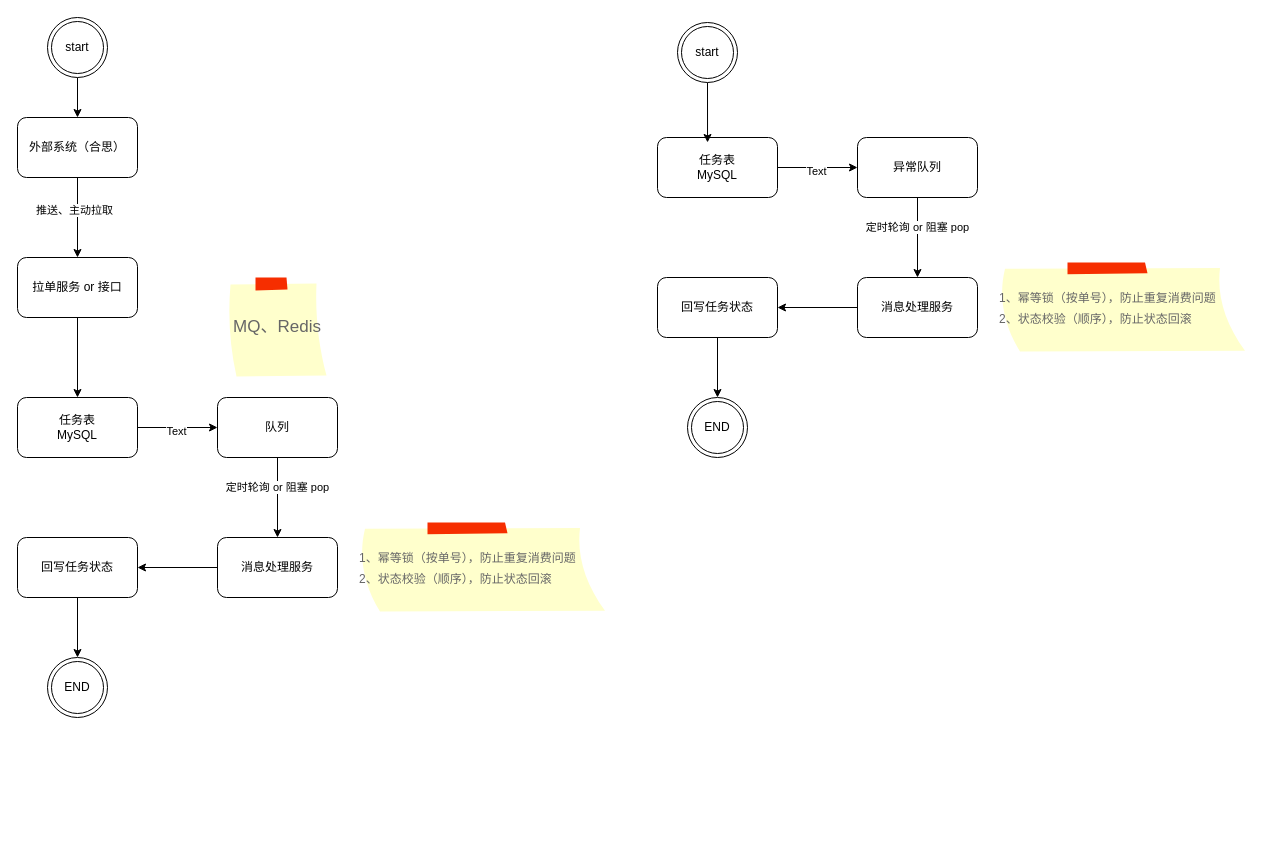
Above: 拉状态.drawio in unclequentin/diagrams (draw.io), before the change. Source tidied: cells renumbered, new cells numbered last; positions are measured from the earlier drawing's top-left corner, leaving out a move shared by most shapes. Both pictures are drawn from the tidied source at 100%, with x=0, y=0 at pixel (17, 17).
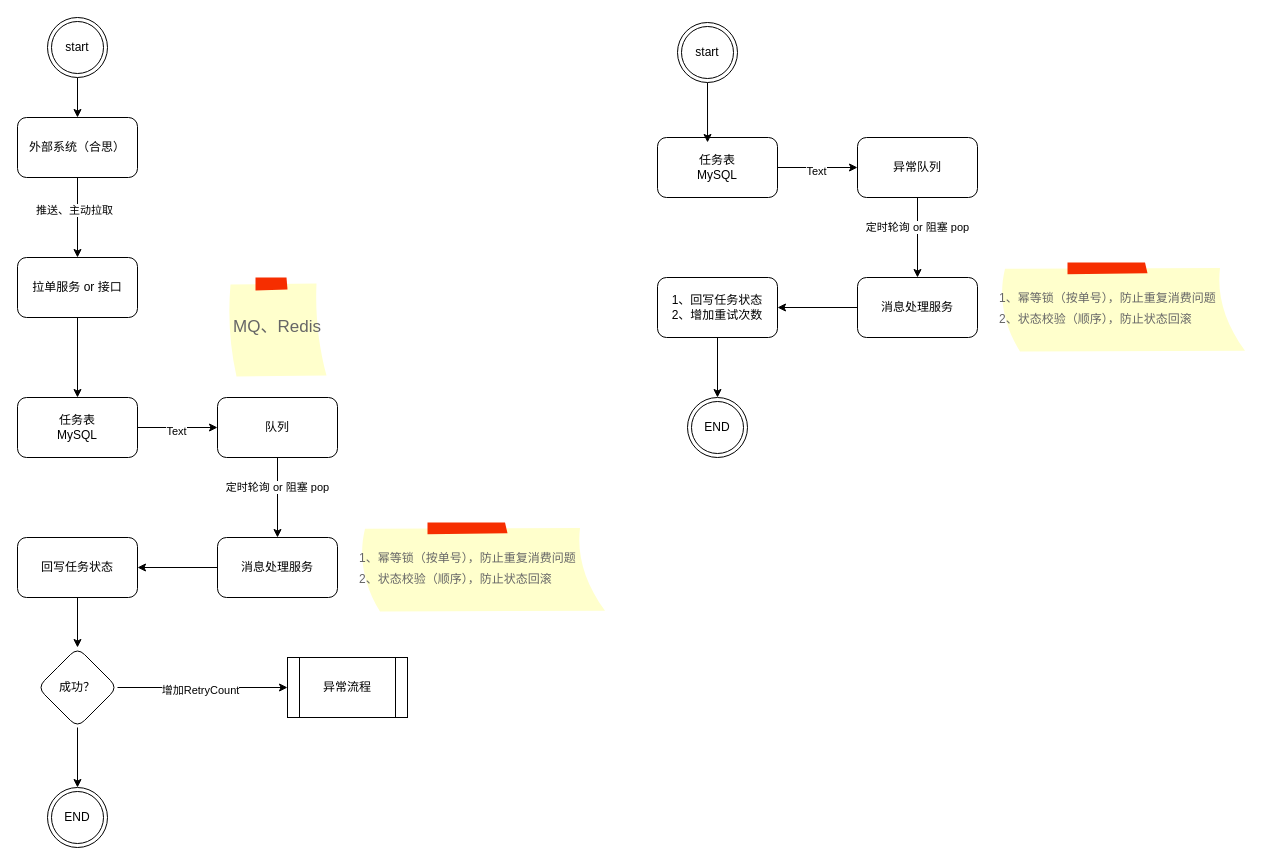
The same diagram, later.

Commit message (it also covers changes not shown here):
更新拉状态.drawio

Unchanged cells that the change refers to:
```xml
<mxCell id="18" value="回写任务状态" style="whiteSpace=wrap;html=1;rounded=1;" parent="1" vertex="1">
  <mxGeometry y="520" width="120" height="60" as="geometry" />
</mxCell>
```

Diff of the diagram source:
```diff
@@
-    <mxCell id="17" style="edgeStyle=orthogonalEdgeStyle;rounded=0;jettySize=auto;html=1;exitX=0.5;exitY=1;exitDx=0;exitDy=0;entryX=0.5;entryY=0;entryDx=0;entryDy=0;" parent="1" edge="1" source="18" target="19">
-      <mxGeometry relative="1" as="geometry" />
-    </mxCell>
+    <mxCell id="36" style="edgeStyle=orthogonalEdgeStyle;rounded=0;jettySize=auto;html=1;" parent="1" edge="1" source="18" target="40">
+      <mxGeometry relative="1" as="geometry" />
+    </mxCell>
@@
     <mxCell id="19" value="END" style="ellipse;shape=doubleEllipse;html=1;dashed=0;whiteSpace=wrap;" parent="1" vertex="1">
-      <mxGeometry x="30" y="640" width="60" height="60" as="geometry" />
+      <mxGeometry x="30" y="770" width="60" height="60" as="geometry" />
     </mxCell>
@@
-    <mxCell id="32" value="回写任务状态" style="whiteSpace=wrap;html=1;rounded=1;" parent="1" vertex="1">
+    <mxCell id="32" value="1、回写任务状态&lt;div&gt;2、增加重试次数&lt;/div&gt;" style="whiteSpace=wrap;html=1;rounded=1;" parent="1" vertex="1">
       <mxGeometry x="640" y="260" width="120" height="60" as="geometry" />
     </mxCell>
@@
+    <mxCell id="37" style="edgeStyle=orthogonalEdgeStyle;rounded=0;jettySize=auto;html=1;exitX=0.5;exitY=1;exitDx=0;exitDy=0;entryX=0.5;entryY=0;entryDx=0;entryDy=0;" parent="1" edge="1" source="40" target="19">
+      <mxGeometry relative="1" as="geometry" />
+    </mxCell>
+    <mxCell id="38" style="edgeStyle=orthogonalEdgeStyle;rounded=0;jettySize=auto;html=1;exitX=1;exitY=0.5;exitDx=0;exitDy=0;" parent="1" edge="1" source="40" target="41">
+      <mxGeometry relative="1" as="geometry" />
+    </mxCell>
+    <mxCell id="39" value="增加RetryCount" style="edgeLabel;html=1;align=center;verticalAlign=middle;" parent="38" vertex="1">
+      <mxGeometry x="-0.04" y="-2" relative="1" as="geometry" />
+    </mxCell>
+    <mxCell id="40" value="成功？" style="rhombus;whiteSpace=wrap;html=1;rounded=1;" parent="1" vertex="1">
+      <mxGeometry x="20" y="630" width="80" height="80" as="geometry" />
+    </mxCell>
+    <mxCell id="41" value="异常流程" style="shape=process;whiteSpace=wrap;html=1;backgroundOutline=1;" parent="1" vertex="1">
+      <mxGeometry x="270" y="640" width="120" height="60" as="geometry" />
+    </mxCell>
```
